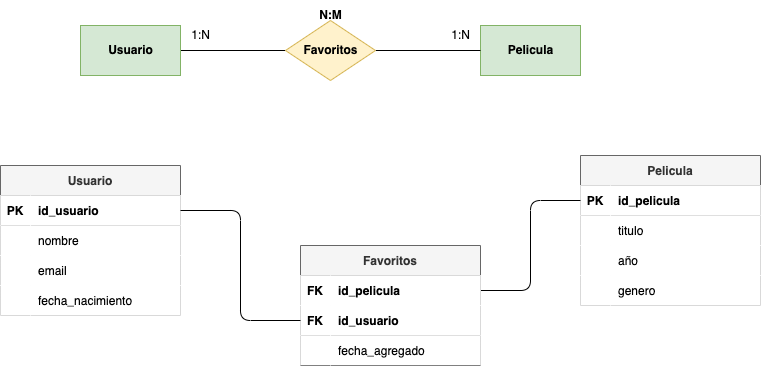
Above: tareas/tarea-3/images/ejercicio7.drawio.png in deylansystem/actividadesBAE (draw.io), before the change. Source tidied: cells renumbered, new cells last; positions are measured from the earlier drawing's top-left corner, leaving out a move shared by most shapes. The source it was exported from:
```xml
<mxGraphModel>
  <root>
    <mxCell id="0" />
    <mxCell id="1" parent="0" />
    <mxCell id="2" style="edgeStyle=none;html=1;exitX=1;exitY=0.5;exitDx=0;exitDy=0;entryX=0;entryY=0.5;entryDx=0;entryDy=0;endArrow=none;endFill=0;" parent="1" edge="1" source="3" target="6">
      <mxGeometry relative="1" as="geometry" />
    </mxCell>
    <mxCell id="3" value="&lt;b&gt;&lt;font color=&quot;#000000&quot;&gt;Usuario&lt;/font&gt;&lt;/b&gt;" style="html=1;dashed=0;whitespace=wrap;fillColor=#d5e8d4;strokeColor=#82b366;" parent="1" vertex="1">
      <mxGeometry x="80" y="25" width="100" height="50" as="geometry" />
    </mxCell>
    <mxCell id="4" value="&lt;b&gt;&lt;font color=&quot;#000000&quot;&gt;Pelicula&lt;/font&gt;&lt;/b&gt;" style="html=1;dashed=0;whitespace=wrap;fillColor=#d5e8d4;strokeColor=#82b366;" parent="1" vertex="1">
      <mxGeometry x="480" y="25" width="100" height="50" as="geometry" />
    </mxCell>
    <mxCell id="5" style="edgeStyle=none;html=1;exitX=1;exitY=0.5;exitDx=0;exitDy=0;entryX=0;entryY=0.5;entryDx=0;entryDy=0;endArrow=none;endFill=0;" parent="1" edge="1" source="6" target="4">
      <mxGeometry relative="1" as="geometry" />
    </mxCell>
    <mxCell id="6" value="&lt;font color=&quot;#000000&quot;&gt;&lt;b&gt;Favoritos&lt;/b&gt;&lt;/font&gt;" style="shape=rhombus;html=1;dashed=0;whitespace=wrap;perimeter=rhombusPerimeter;fillColor=#fff2cc;strokeColor=#d6b656;" parent="1" vertex="1">
      <mxGeometry x="285" y="20" width="90" height="60" as="geometry" />
    </mxCell>
    <mxCell id="7" value="&lt;b&gt;N:M&lt;/b&gt;" style="text;html=1;align=center;verticalAlign=middle;strokeColor=none;fillColor=none;" parent="1" vertex="1">
      <mxGeometry x="305" width="50" height="30" as="geometry" />
    </mxCell>
    <mxCell id="8" value="1:N" style="text;html=1;align=center;verticalAlign=middle;strokeColor=none;fillColor=none;" parent="1" vertex="1">
      <mxGeometry x="180" y="20" width="40" height="30" as="geometry" />
    </mxCell>
    <mxCell id="9" value="1:N" style="text;html=1;align=center;verticalAlign=middle;strokeColor=none;fillColor=none;" parent="1" vertex="1">
      <mxGeometry x="440" y="20" width="40" height="30" as="geometry" />
    </mxCell>
    <mxCell id="10" value="Usuario" style="shape=table;startSize=30;rowLines=0;fontStyle=1;align=center;fillColor=#f5f5f5;strokeColor=#666666;fontColor=#333333;" parent="1" vertex="1">
      <mxGeometry y="165" width="180" height="150" as="geometry" />
    </mxCell>
    <mxCell id="11" style="shape=tableRow;horizontal=0;startSize=0;swimlaneHead=0;swimlaneBody=0;fillColor=#FFFFFF;points=[[0,0.5],[1,0.5]];portConstraint=eastwest;top=0;left=0;right=0;bottom=1;fontColor=#000000;" parent="10" vertex="1">
      <mxGeometry y="30" width="180" height="30" as="geometry" />
    </mxCell>
    <mxCell id="12" value="PK" style="shape=partialRectangle;fillColor=#FFFFFF;top=0;left=0;bottom=0;right=0;fontStyle=1;overflow=hidden;fontColor=#000000;" parent="11" vertex="1">
      <mxGeometry width="30" height="30" as="geometry" />
    </mxCell>
    <mxCell id="13" value="id_usuario" style="shape=partialRectangle;fillColor=#FFFFFF;top=0;left=0;bottom=0;right=0;align=left;spacingLeft=6;fontStyle=1;overflow=hidden;fontColor=#000000;" parent="11" vertex="1">
      <mxGeometry x="30" width="150" height="30" as="geometry" />
    </mxCell>
    <mxCell id="14" style="shape=tableRow;horizontal=0;startSize=0;swimlaneHead=0;swimlaneBody=0;fillColor=#FFFFFF;top=0;left=0;right=0;bottom=0;fontColor=#000000;" parent="10" vertex="1">
      <mxGeometry y="60" width="180" height="30" as="geometry" />
    </mxCell>
    <mxCell id="15" style="shape=partialRectangle;fillColor=#FFFFFF;top=0;left=0;bottom=0;right=0;overflow=hidden;fontColor=#000000;" parent="14" vertex="1">
      <mxGeometry width="30" height="30" as="geometry" />
    </mxCell>
    <mxCell id="16" value="nombre" style="shape=partialRectangle;fillColor=#FFFFFF;top=0;left=0;bottom=0;right=0;align=left;spacingLeft=6;overflow=hidden;fontColor=#000000;" parent="14" vertex="1">
      <mxGeometry x="30" width="150" height="30" as="geometry" />
    </mxCell>
    <mxCell id="17" style="shape=tableRow;horizontal=0;startSize=0;swimlaneHead=0;swimlaneBody=0;fillColor=#FFFFFF;top=0;left=0;right=0;bottom=0;fontColor=#000000;" parent="10" vertex="1">
      <mxGeometry y="90" width="180" height="30" as="geometry" />
    </mxCell>
    <mxCell id="18" style="shape=partialRectangle;fillColor=#FFFFFF;top=0;left=0;bottom=0;right=0;overflow=hidden;fontColor=#000000;" parent="17" vertex="1">
      <mxGeometry width="30" height="30" as="geometry" />
    </mxCell>
    <mxCell id="19" value="email" style="shape=partialRectangle;fillColor=#FFFFFF;top=0;left=0;bottom=0;right=0;align=left;spacingLeft=6;overflow=hidden;fontColor=#000000;" parent="17" vertex="1">
      <mxGeometry x="30" width="150" height="30" as="geometry" />
    </mxCell>
    <mxCell id="20" style="shape=tableRow;horizontal=0;startSize=0;swimlaneHead=0;swimlaneBody=0;fillColor=#FFFFFF;top=0;left=0;right=0;bottom=0;fontColor=#000000;" parent="10" vertex="1">
      <mxGeometry y="120" width="180" height="30" as="geometry" />
    </mxCell>
    <mxCell id="21" style="shape=partialRectangle;fillColor=#FFFFFF;top=0;left=0;bottom=0;right=0;overflow=hidden;fontColor=#000000;" parent="20" vertex="1">
      <mxGeometry width="30" height="30" as="geometry" />
    </mxCell>
    <mxCell id="22" value="fecha_nacimiento" style="shape=partialRectangle;fillColor=#FFFFFF;top=0;left=0;bottom=0;right=0;align=left;spacingLeft=6;overflow=hidden;fontColor=#000000;" parent="20" vertex="1">
      <mxGeometry x="30" width="150" height="30" as="geometry" />
    </mxCell>
    <mxCell id="23" value="Pelicula" style="shape=table;startSize=30;rowLines=0;fontStyle=1;align=center;fillColor=#f5f5f5;strokeColor=#666666;fontColor=#333333;" parent="1" vertex="1">
      <mxGeometry x="580" y="155" width="180" height="150" as="geometry" />
    </mxCell>
    <mxCell id="24" style="shape=tableRow;horizontal=0;startSize=0;swimlaneHead=0;swimlaneBody=0;fillColor=#FFFFFF;points=[[0,0.5],[1,0.5]];portConstraint=eastwest;top=0;left=0;right=0;bottom=1;fontColor=#000000;" parent="23" vertex="1">
      <mxGeometry y="30" width="180" height="30" as="geometry" />
    </mxCell>
    <mxCell id="25" value="PK" style="shape=partialRectangle;fillColor=#FFFFFF;top=0;left=0;bottom=0;right=0;fontStyle=1;overflow=hidden;fontColor=#000000;" parent="24" vertex="1">
      <mxGeometry width="30" height="30" as="geometry" />
    </mxCell>
    <mxCell id="26" value="id_pelicula" style="shape=partialRectangle;fillColor=#FFFFFF;top=0;left=0;bottom=0;right=0;align=left;spacingLeft=6;fontStyle=1;overflow=hidden;fontColor=#000000;" parent="24" vertex="1">
      <mxGeometry x="30" width="150" height="30" as="geometry" />
    </mxCell>
    <mxCell id="27" style="shape=tableRow;horizontal=0;startSize=0;swimlaneHead=0;swimlaneBody=0;fillColor=#FFFFFF;top=0;left=0;right=0;bottom=0;fontColor=#000000;" parent="23" vertex="1">
      <mxGeometry y="60" width="180" height="30" as="geometry" />
    </mxCell>
    <mxCell id="28" style="shape=partialRectangle;fillColor=#FFFFFF;top=0;left=0;bottom=0;right=0;overflow=hidden;fontColor=#000000;" parent="27" vertex="1">
      <mxGeometry width="30" height="30" as="geometry" />
    </mxCell>
    <mxCell id="29" value="titulo" style="shape=partialRectangle;fillColor=#FFFFFF;top=0;left=0;bottom=0;right=0;align=left;spacingLeft=6;overflow=hidden;fontColor=#000000;" parent="27" vertex="1">
      <mxGeometry x="30" width="150" height="30" as="geometry" />
    </mxCell>
    <mxCell id="30" style="shape=tableRow;horizontal=0;startSize=0;swimlaneHead=0;swimlaneBody=0;fillColor=#FFFFFF;top=0;left=0;right=0;bottom=0;fontColor=#000000;" parent="23" vertex="1">
      <mxGeometry y="90" width="180" height="30" as="geometry" />
    </mxCell>
    <mxCell id="31" style="shape=partialRectangle;fillColor=#FFFFFF;top=0;left=0;bottom=0;right=0;overflow=hidden;fontColor=#000000;" parent="30" vertex="1">
      <mxGeometry width="30" height="30" as="geometry" />
    </mxCell>
    <mxCell id="32" value="año" style="shape=partialRectangle;fillColor=#FFFFFF;top=0;left=0;bottom=0;right=0;align=left;spacingLeft=6;overflow=hidden;fontColor=#000000;" parent="30" vertex="1">
      <mxGeometry x="30" width="150" height="30" as="geometry" />
    </mxCell>
    <mxCell id="33" style="shape=tableRow;horizontal=0;startSize=0;swimlaneHead=0;swimlaneBody=0;fillColor=#FFFFFF;top=0;left=0;right=0;bottom=0;fontColor=#000000;" parent="23" vertex="1">
      <mxGeometry y="120" width="180" height="30" as="geometry" />
    </mxCell>
    <mxCell id="34" style="shape=partialRectangle;fillColor=#FFFFFF;top=0;left=0;bottom=0;right=0;overflow=hidden;fontColor=#000000;" parent="33" vertex="1">
      <mxGeometry width="30" height="30" as="geometry" />
    </mxCell>
    <mxCell id="35" value="genero" style="shape=partialRectangle;fillColor=#FFFFFF;top=0;left=0;bottom=0;right=0;align=left;spacingLeft=6;overflow=hidden;fontColor=#000000;" parent="33" vertex="1">
      <mxGeometry x="30" width="150" height="30" as="geometry" />
    </mxCell>
    <mxCell id="36" style="edgeStyle=elbowEdgeStyle;html=1;exitX=1;exitY=0.5;exitDx=0;exitDy=0;entryX=0;entryY=0.5;entryDx=0;entryDy=0;endArrow=none;endFill=0;" parent="1" edge="1" source="38" target="24">
      <mxGeometry relative="1" as="geometry" />
    </mxCell>
    <mxCell id="37" value="Favoritos" style="shape=table;startSize=30;rowLines=0;fontStyle=1;align=center;fillColor=#f5f5f5;strokeColor=#666666;fontColor=#333333;" parent="1" vertex="1">
      <mxGeometry x="300" y="245" width="180" height="120" as="geometry" />
    </mxCell>
    <mxCell id="38" style="shape=tableRow;horizontal=0;startSize=0;swimlaneHead=0;swimlaneBody=0;fillColor=#FFFFFF;points=[[0,0.5],[1,0.5]];portConstraint=eastwest;top=0;left=0;right=0;bottom=0;fontColor=#000000;" parent="37" vertex="1">
      <mxGeometry y="30" width="180" height="30" as="geometry" />
    </mxCell>
    <mxCell id="39" value="FK" style="shape=partialRectangle;fillColor=#FFFFFF;top=0;left=0;bottom=0;right=0;overflow=hidden;fontColor=#000000;fontStyle=1;" parent="38" vertex="1">
      <mxGeometry width="30" height="30" as="geometry" />
    </mxCell>
    <mxCell id="40" value="id_pelicula" style="shape=partialRectangle;fillColor=#FFFFFF;top=0;left=0;bottom=0;right=0;align=left;spacingLeft=6;overflow=hidden;fontColor=#000000;fontStyle=1;" parent="38" vertex="1">
      <mxGeometry x="30" width="150" height="30" as="geometry" />
    </mxCell>
    <mxCell id="41" style="shape=tableRow;horizontal=0;startSize=0;swimlaneHead=0;swimlaneBody=0;fillColor=#FFFFFF;points=[[0,0.5],[1,0.5]];portConstraint=eastwest;top=0;left=0;right=0;bottom=1;fontColor=#000000;" parent="37" vertex="1">
      <mxGeometry y="60" width="180" height="30" as="geometry" />
    </mxCell>
    <mxCell id="42" value="FK" style="shape=partialRectangle;fillColor=#FFFFFF;top=0;left=0;bottom=0;right=0;fontStyle=1;overflow=hidden;fontColor=#000000;" parent="41" vertex="1">
      <mxGeometry width="30" height="30" as="geometry" />
    </mxCell>
    <mxCell id="43" value="id_usuario" style="shape=partialRectangle;fillColor=#FFFFFF;top=0;left=0;bottom=0;right=0;align=left;spacingLeft=6;fontStyle=1;overflow=hidden;fontColor=#000000;" parent="41" vertex="1">
      <mxGeometry x="30" width="150" height="30" as="geometry" />
    </mxCell>
    <mxCell id="44" style="shape=tableRow;horizontal=0;startSize=0;swimlaneHead=0;swimlaneBody=0;fillColor=#FFFFFF;top=0;left=0;right=0;bottom=1;fontColor=#000000;" parent="37" vertex="1">
      <mxGeometry y="90" width="180" height="30" as="geometry" />
    </mxCell>
    <mxCell id="45" style="shape=partialRectangle;fillColor=#FFFFFF;top=0;left=0;bottom=0;right=0;fontStyle=1;overflow=hidden;fontColor=#000000;" parent="44" vertex="1">
      <mxGeometry width="30" height="30" as="geometry" />
    </mxCell>
    <mxCell id="46" value="fecha_agregado" style="shape=partialRectangle;fillColor=#FFFFFF;top=0;left=0;bottom=0;right=0;align=left;spacingLeft=6;fontStyle=0;overflow=hidden;fontColor=#000000;" parent="44" vertex="1">
      <mxGeometry x="30" width="150" height="30" as="geometry" />
    </mxCell>
    <mxCell id="47" style="edgeStyle=orthogonalEdgeStyle;html=1;exitX=1;exitY=0.5;exitDx=0;exitDy=0;entryX=0;entryY=0.5;entryDx=0;entryDy=0;endArrow=none;endFill=0;" parent="1" edge="1" source="11" target="41">
      <mxGeometry relative="1" as="geometry" />
    </mxCell>
  </root>
</mxGraphModel>
```
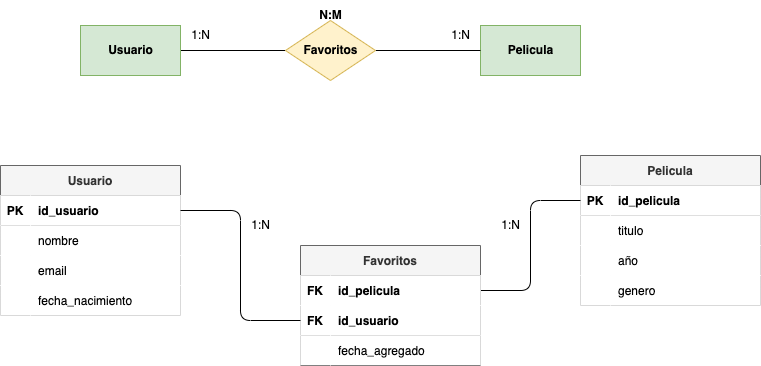
After the change.

Diff of the diagram source:
```diff
@@ -140,5 +140,11 @@
     <mxCell id="47" style="edgeStyle=orthogonalEdgeStyle;html=1;exitX=1;exitY=0.5;exitDx=0;exitDy=0;entryX=0;entryY=0.5;entryDx=0;entryDy=0;endArrow=none;endFill=0;" parent="1" edge="1" source="11" target="41">
       <mxGeometry relative="1" as="geometry" />
     </mxCell>
+    <mxCell id="48" value="1:N" style="text;html=1;align=center;verticalAlign=middle;strokeColor=none;fillColor=none;" parent="1" vertex="1">
+      <mxGeometry x="240" y="210" width="40" height="30" as="geometry" />
+    </mxCell>
+    <mxCell id="49" value="1:N" style="text;html=1;align=center;verticalAlign=middle;strokeColor=none;fillColor=none;" parent="1" vertex="1">
+      <mxGeometry x="490" y="210" width="40" height="30" as="geometry" />
+    </mxCell>
   </root>
 </mxGraphModel>
```
